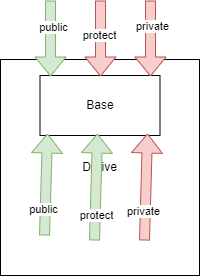
Above: CS/语言/C(++)/权限.drawio.png in sirius-zyj/Images (draw.io), before the change. Source tidied: cells renumbered, new cells last; positions are measured from the earlier drawing's top-left corner, leaving out a move shared by most shapes.
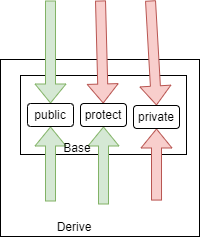
The same file after the commit.

Diff of the diagram source:
```diff
@@ -2,61 +2,54 @@
   <root>
     <mxCell id="0" />
     <mxCell id="1" parent="0" />
-    <mxCell id="2" value="Derive" style="rounded=0;whiteSpace=wrap;html=1;" parent="1" vertex="1">
-      <mxGeometry y="59" width="199" height="216" as="geometry" />
+    <mxCell id="2" style="rounded=0;whiteSpace=wrap;html=1;" parent="1" vertex="1">
+      <mxGeometry y="59" width="199" height="177" as="geometry" />
     </mxCell>
     <mxCell id="3" value="Base" style="rounded=0;whiteSpace=wrap;html=1;" parent="1" vertex="1">
-      <mxGeometry x="39.5" y="75" width="120" height="60" as="geometry" />
+      <mxGeometry x="20" y="75" width="166" height="79" as="geometry" />
     </mxCell>
-    <mxCell id="4" style="shape=flexArrow;endArrow=classic;html=1;rounded=0;exitX=0.221;exitY=0.815;exitDx=0;exitDy=0;exitPerimeter=0;entryX=0.063;entryY=0.967;entryDx=0;entryDy=0;entryPerimeter=0;fillColor=#d5e8d4;strokeColor=#82b366;" parent="1" edge="1" source="2" target="3">
-      <mxGeometry relative="1" as="geometry" />
+    <mxCell id="4" style="shape=flexArrow;endArrow=classic;html=1;rounded=0;entryX=0.5;entryY=1;entryDx=0;entryDy=0;fillColor=#d5e8d4;strokeColor=#82b366;" parent="1" edge="1" target="19">
+      <mxGeometry relative="1" as="geometry">
+        <mxPoint x="50" y="201" as="sourcePoint" />
+      </mxGeometry>
     </mxCell>
-    <mxCell id="5" value="public" style="edgeLabel;html=1;align=center;verticalAlign=middle;" parent="4" vertex="1">
-      <mxGeometry x="-0.5" y="2" relative="1" as="geometry" />
-    </mxCell>
-    <mxCell id="6" style="shape=flexArrow;endArrow=classic;html=1;rounded=0;exitX=0.221;exitY=0.815;exitDx=0;exitDy=0;exitPerimeter=0;entryX=0.063;entryY=0.967;entryDx=0;entryDy=0;entryPerimeter=0;fillColor=#d5e8d4;strokeColor=#82b366;" parent="1" edge="1">
-      <mxGeometry relative="1" as="geometry">
-        <mxPoint x="94" y="240" as="sourcePoint" />
-        <mxPoint x="97" y="133" as="targetPoint" />
-      </mxGeometry>
-    </mxCell>
-    <mxCell id="7" value="protect" style="edgeLabel;html=1;align=center;verticalAlign=middle;" parent="6" vertex="1">
-      <mxGeometry x="-0.51" y="-1" relative="1" as="geometry" />
-    </mxCell>
-    <mxCell id="8" style="shape=flexArrow;endArrow=classic;html=1;rounded=0;exitX=0.221;exitY=0.815;exitDx=0;exitDy=0;exitPerimeter=0;entryX=0.063;entryY=0.967;entryDx=0;entryDy=0;entryPerimeter=0;fillColor=#f8cecc;strokeColor=#b85450;" parent="1" edge="1">
-      <mxGeometry relative="1" as="geometry">
-        <mxPoint x="144" y="240" as="sourcePoint" />
-        <mxPoint x="147" y="133" as="targetPoint" />
-      </mxGeometry>
+    <mxCell id="8" style="shape=flexArrow;endArrow=classic;html=1;rounded=0;exitX=0.784;exitY=0.797;exitDx=0;exitDy=0;exitPerimeter=0;entryX=0.5;entryY=1;entryDx=0;entryDy=0;fillColor=#f8cecc;strokeColor=#b85450;" parent="1" edge="1" source="2" target="16">
+      <mxGeometry relative="1" as="geometry" />
     </mxCell>
-    <mxCell id="9" value="private" style="edgeLabel;html=1;align=center;verticalAlign=middle;" parent="8" vertex="1">
-      <mxGeometry x="-0.46" y="2" relative="1" as="geometry" />
-    </mxCell>
-    <mxCell id="10" style="shape=flexArrow;endArrow=classic;html=1;rounded=0;entryX=0.088;entryY=0.017;entryDx=0;entryDy=0;entryPerimeter=0;fillColor=#d5e8d4;strokeColor=#82b366;" parent="1" edge="1" target="3">
+    <mxCell id="10" style="shape=flexArrow;endArrow=classic;html=1;rounded=0;entryX=0.5;entryY=0;entryDx=0;entryDy=0;fillColor=#d5e8d4;strokeColor=#82b366;" parent="1" edge="1" target="19">
       <mxGeometry relative="1" as="geometry">
         <mxPoint x="50" as="sourcePoint" />
       </mxGeometry>
     </mxCell>
-    <mxCell id="11" value="public" style="edgeLabel;html=1;align=center;verticalAlign=middle;" parent="10" vertex="1">
-      <mxGeometry x="-0.29" y="2" relative="1" as="geometry" />
-    </mxCell>
-    <mxCell id="12" style="shape=flexArrow;endArrow=classic;html=1;rounded=0;entryX=0.088;entryY=0.017;entryDx=0;entryDy=0;entryPerimeter=0;fillColor=#f8cecc;strokeColor=#b85450;" parent="1" edge="1">
+    <mxCell id="12" style="shape=flexArrow;endArrow=classic;html=1;rounded=0;fillColor=#f8cecc;strokeColor=#b85450;" parent="1" edge="1" target="18">
       <mxGeometry relative="1" as="geometry">
         <mxPoint x="100" as="sourcePoint" />
-        <mxPoint x="100" y="76" as="targetPoint" />
       </mxGeometry>
     </mxCell>
-    <mxCell id="13" value="protect" style="edgeLabel;html=1;align=center;verticalAlign=middle;" parent="12" vertex="1">
-      <mxGeometry x="-0.11" y="-2" relative="1" as="geometry" />
-    </mxCell>
-    <mxCell id="14" style="shape=flexArrow;endArrow=classic;html=1;rounded=0;entryX=0.088;entryY=0.017;entryDx=0;entryDy=0;entryPerimeter=0;fillColor=#f8cecc;strokeColor=#b85450;" parent="1" edge="1">
+    <mxCell id="14" style="shape=flexArrow;endArrow=classic;html=1;rounded=0;entryX=0.5;entryY=0;entryDx=0;entryDy=0;fillColor=#f8cecc;strokeColor=#b85450;" parent="1" edge="1" target="16">
       <mxGeometry relative="1" as="geometry">
         <mxPoint x="150" as="sourcePoint" />
-        <mxPoint x="150" y="76" as="targetPoint" />
       </mxGeometry>
     </mxCell>
-    <mxCell id="15" value="private" style="edgeLabel;html=1;align=center;verticalAlign=middle;" parent="14" vertex="1">
-      <mxGeometry x="-0.34" y="1" relative="1" as="geometry" />
-    </mxCell>
+    <mxCell id="16" value="private" style="rounded=1;whiteSpace=wrap;html=1;" parent="1" vertex="1">
+      <mxGeometry x="133" y="105" width="46" height="23" as="geometry" />
+    </mxCell>
+    <mxCell id="17" style="shape=flexArrow;endArrow=classic;html=1;rounded=0;fillColor=#d5e8d4;strokeColor=#82b366;entryX=0.5;entryY=1;entryDx=0;entryDy=0;" parent="1" edge="1" target="18">
+      <mxGeometry relative="1" as="geometry">
+        <mxPoint x="103" y="204" as="sourcePoint" />
+      </mxGeometry>
+    </mxCell>
+    <mxCell id="18" value="protect" style="rounded=1;whiteSpace=wrap;html=1;" parent="1" vertex="1">
+      <mxGeometry x="80" y="103" width="46" height="23" as="geometry" />
+    </mxCell>
+    <mxCell id="19" value="public" style="rounded=1;whiteSpace=wrap;html=1;" parent="1" vertex="1">
+      <mxGeometry x="27" y="103" width="46" height="23" as="geometry" />
+    </mxCell>
+    <mxCell id="20" value="Base" style="text;html=1;align=center;verticalAlign=middle;whiteSpace=wrap;rounded=0;" parent="1" vertex="1">
+      <mxGeometry x="47" y="132.5" width="60" height="30" as="geometry" />
+    </mxCell>
+    <mxCell id="21" value="Derive" style="text;html=1;align=center;verticalAlign=middle;whiteSpace=wrap;rounded=0;" parent="1" vertex="1">
+      <mxGeometry x="44" y="212" width="60" height="30" as="geometry" />
+    </mxCell>
   </root>
 </mxGraphModel>
```
